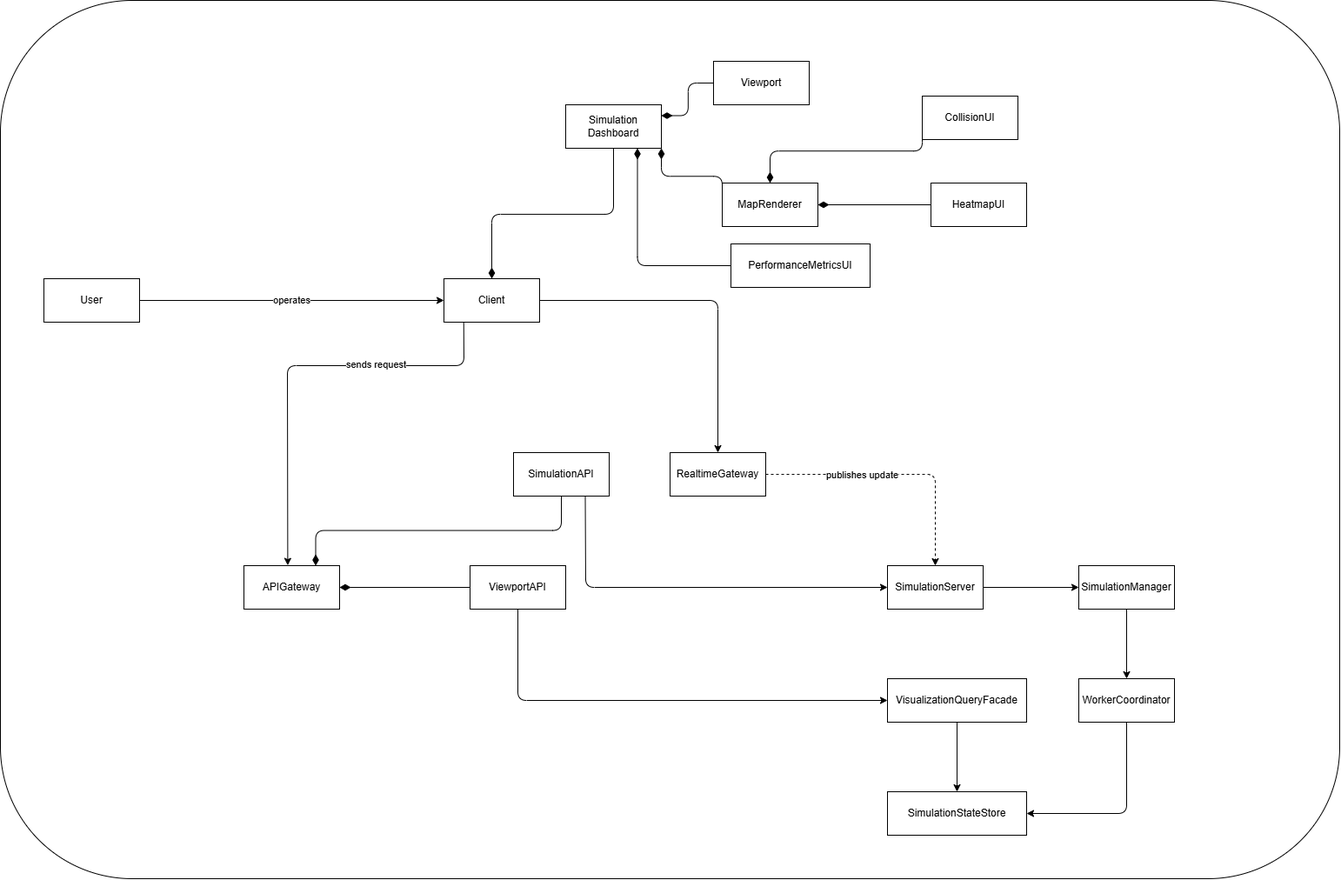
Above: designs/user_client_api_server.drawio.png in jsfmu/drone-swarm-simulator (draw.io), before the change. Source tidied: cells renumbered, new cells last; positions are measured from the earlier drawing's top-left corner, leaving out a move shared by most shapes.
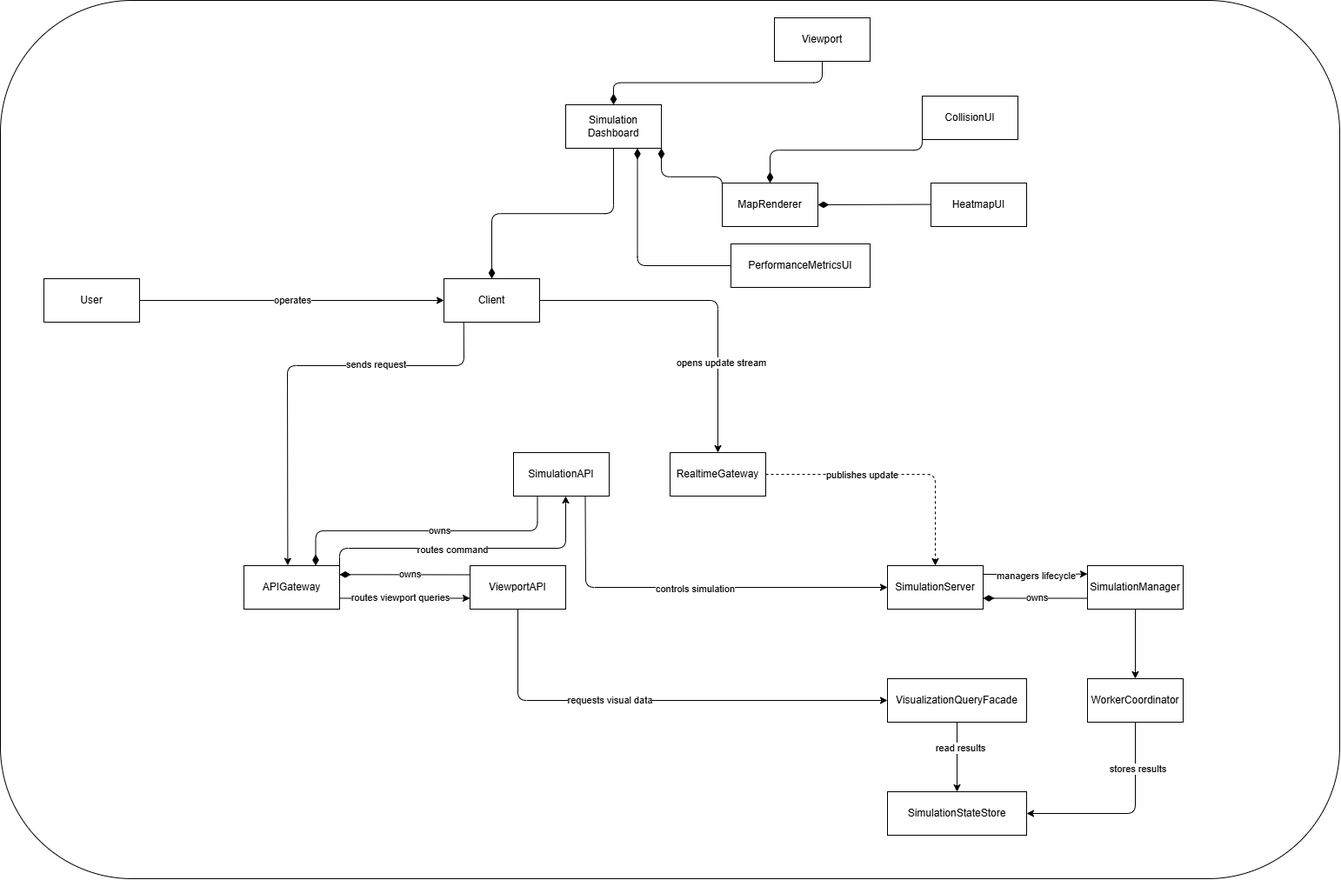
The same diagram one commit later.

Commit message:
Defined relationships

What changed in the source:
```diff
@@ -35,9 +35,32 @@
         </Array>
       </mxGeometry>
     </mxCell>
+    <mxCell id="41" value="opens update stream" style="edgeLabel;html=1;align=center;verticalAlign=middle;" parent="8" vertex="1">
+      <mxGeometry x="0.45" y="3" relative="1" as="geometry" />
+    </mxCell>
     <mxCell id="9" value="Client" style="html=1;whiteSpace=wrap;" parent="1" vertex="1">
       <mxGeometry x="510" y="320" width="110" height="50" as="geometry" />
     </mxCell>
+    <mxCell id="42" style="edgeStyle=none;html=1;exitX=1;exitY=0;exitDx=0;exitDy=0;" parent="1" edge="1" source="10">
+      <mxGeometry relative="1" as="geometry">
+        <mxPoint x="650" y="570" as="targetPoint" />
+        <Array as="points">
+          <mxPoint x="390" y="630" />
+          <mxPoint x="650" y="630" />
+        </Array>
+      </mxGeometry>
+    </mxCell>
+    <mxCell id="43" value="routes command" style="edgeLabel;html=1;align=center;verticalAlign=middle;" parent="42" vertex="1">
+      <mxGeometry x="-0.12" y="-1" relative="1" as="geometry" />
+    </mxCell>
+    <mxCell id="44" style="edgeStyle=none;html=1;exitX=1;exitY=0.75;exitDx=0;exitDy=0;entryX=0;entryY=0.75;entryDx=0;entryDy=0;" parent="1" edge="1" source="10" target="12">
+      <mxGeometry relative="1" as="geometry" />
+    </mxCell>
+    <mxCell id="45" value="routes viewport queries" style="edgeLabel;html=1;align=center;verticalAlign=middle;" parent="44" vertex="1">
+      <mxGeometry x="-0.35" y="1" relative="1" as="geometry">
+        <mxPoint x="21" as="offset" />
+      </mxGeometry>
+    </mxCell>
     <mxCell id="10" value="APIGateway" style="html=1;whiteSpace=wrap;" parent="1" vertex="1">
       <mxGeometry x="280" y="650" width="110" height="50" as="geometry" />
     </mxCell>
@@ -48,12 +71,23 @@
         </Array>
       </mxGeometry>
     </mxCell>
+    <mxCell id="46" value="requests visual data" style="edgeLabel;html=1;align=center;verticalAlign=middle;" parent="11" vertex="1">
+      <mxGeometry x="-0.2" y="1" relative="1" as="geometry" />
+    </mxCell>
     <mxCell id="12" value="ViewportAPI" style="html=1;whiteSpace=wrap;" parent="1" vertex="1">
       <mxGeometry x="540" y="650" width="110" height="50" as="geometry" />
     </mxCell>
-    <mxCell id="13" style="html=1;startArrow=diamondThin;startFill=1;edgeStyle=elbowEdgeStyle;elbow=vertical;startSize=10;endArrow=none;endFill=0;exitX=1;exitY=0.5;exitDx=0;exitDy=0;entryX=0;entryY=0.5;entryDx=0;entryDy=0;" parent="1" edge="1" source="10" target="12">
-      <mxGeometry relative="1" as="geometry" />
+    <mxCell id="13" style="html=1;startArrow=diamondThin;startFill=1;edgeStyle=elbowEdgeStyle;elbow=vertical;startSize=10;endArrow=none;endFill=0;exitX=1;exitY=0.5;exitDx=0;exitDy=0;entryX=0;entryY=0.5;entryDx=0;entryDy=0;" parent="1" edge="1">
+      <mxGeometry relative="1" as="geometry">
+        <mxPoint x="390" y="660.3" as="sourcePoint" />
+        <mxPoint x="540" y="660.3" as="targetPoint" />
+      </mxGeometry>
     </mxCell>
+    <mxCell id="47" value="owns" style="edgeLabel;html=1;align=center;verticalAlign=middle;" parent="13" vertex="1">
+      <mxGeometry x="0.28" y="1" relative="1" as="geometry">
+        <mxPoint x="-16" as="offset" />
+      </mxGeometry>
+    </mxCell>
     <mxCell id="14" style="edgeStyle=none;html=1;exitX=0.75;exitY=1;exitDx=0;exitDy=0;entryX=0;entryY=0.5;entryDx=0;entryDy=0;" parent="1" edge="1" source="15" target="31">
       <mxGeometry relative="1" as="geometry">
         <Array as="points">
@@ -61,12 +95,18 @@
         </Array>
       </mxGeometry>
     </mxCell>
+    <mxCell id="48" value="controls simulation" style="edgeLabel;html=1;align=center;verticalAlign=middle;" parent="14" vertex="1">
+      <mxGeometry x="0.02" y="-1" relative="1" as="geometry" />
+    </mxCell>
     <mxCell id="15" value="SimulationAPI" style="html=1;whiteSpace=wrap;" parent="1" vertex="1">
       <mxGeometry x="590" y="520" width="110" height="50" as="geometry" />
     </mxCell>
-    <mxCell id="16" style="html=1;startArrow=diamondThin;startFill=1;edgeStyle=elbowEdgeStyle;elbow=vertical;startSize=10;endArrow=none;endFill=0;exitX=0.75;exitY=0;exitDx=0;exitDy=0;entryX=0.5;entryY=1;entryDx=0;entryDy=0;" parent="1" edge="1" source="10" target="15">
+    <mxCell id="16" style="html=1;startArrow=diamondThin;startFill=1;edgeStyle=elbowEdgeStyle;elbow=vertical;startSize=10;endArrow=none;endFill=0;exitX=0.75;exitY=0;exitDx=0;exitDy=0;entryX=0.25;entryY=1;entryDx=0;entryDy=0;" parent="1" edge="1" source="10" target="15">
       <mxGeometry relative="1" as="geometry" />
     </mxCell>
+    <mxCell id="49" value="owns" style="edgeLabel;html=1;align=center;verticalAlign=middle;" parent="16" vertex="1">
+      <mxGeometry x="0.09" relative="1" as="geometry" />
+    </mxCell>
     <mxCell id="17" value="Simulation Dashboard" style="html=1;whiteSpace=wrap;" parent="1" vertex="1">
       <mxGeometry x="650" y="120" width="110" height="50" as="geometry" />
     </mxCell>
@@ -74,12 +114,12 @@
       <mxGeometry relative="1" as="geometry" />
     </mxCell>
     <mxCell id="19" value="Viewport" style="html=1;whiteSpace=wrap;" parent="1" vertex="1">
-      <mxGeometry x="820" y="70" width="110" height="50" as="geometry" />
+      <mxGeometry x="890" y="20" width="110" height="50" as="geometry" />
     </mxCell>
     <mxCell id="20" value="MapRenderer" style="html=1;whiteSpace=wrap;" parent="1" vertex="1">
       <mxGeometry x="830" y="210" width="110" height="50" as="geometry" />
     </mxCell>
-    <mxCell id="21" style="html=1;startArrow=diamondThin;startFill=1;edgeStyle=elbowEdgeStyle;elbow=vertical;startSize=10;endArrow=none;endFill=0;exitX=1;exitY=0.25;exitDx=0;exitDy=0;entryX=0;entryY=0.5;entryDx=0;entryDy=0;" parent="1" edge="1" source="17" target="19">
+    <mxCell id="21" style="html=1;startArrow=diamondThin;startFill=1;edgeStyle=elbowEdgeStyle;elbow=vertical;startSize=10;endArrow=none;endFill=0;exitX=0.5;exitY=0;exitDx=0;exitDy=0;entryX=0.5;entryY=1;entryDx=0;entryDy=0;" parent="1" edge="1" source="17" target="19">
       <mxGeometry relative="1" as="geometry" />
     </mxCell>
     <mxCell id="22" style="html=1;startArrow=diamondThin;startFill=1;edgeStyle=elbowEdgeStyle;elbow=vertical;startSize=10;endArrow=none;endFill=0;entryX=0;entryY=0.5;entryDx=0;entryDy=0;exitX=1;exitY=1;exitDx=0;exitDy=0;" parent="1" edge="1" source="17" target="20">
@@ -110,9 +150,14 @@
     <mxCell id="29" value="RealtimeGateway" style="html=1;whiteSpace=wrap;" parent="1" vertex="1">
       <mxGeometry x="770" y="520" width="110" height="50" as="geometry" />
     </mxCell>
-    <mxCell id="30" style="edgeStyle=none;html=1;exitX=1;exitY=0.5;exitDx=0;exitDy=0;entryX=0;entryY=0.5;entryDx=0;entryDy=0;" parent="1" edge="1" source="31" target="35">
-      <mxGeometry relative="1" as="geometry" />
+    <mxCell id="30" style="edgeStyle=none;html=1;exitX=1;exitY=0.5;exitDx=0;exitDy=0;entryX=0;entryY=0.193;entryDx=0;entryDy=0;entryPerimeter=0;" parent="1" edge="1" target="35">
+      <mxGeometry relative="1" as="geometry">
+        <mxPoint x="1130" y="660" as="sourcePoint" />
+      </mxGeometry>
     </mxCell>
+    <mxCell id="50" value="managers lifecycle" style="edgeLabel;html=1;align=center;verticalAlign=middle;" parent="30" vertex="1">
+      <mxGeometry y="-2" relative="1" as="geometry" />
+    </mxCell>
     <mxCell id="31" value="SimulationServer" style="html=1;whiteSpace=wrap;" parent="1" vertex="1">
       <mxGeometry x="1020" y="650" width="110" height="50" as="geometry" />
     </mxCell>
@@ -132,26 +177,40 @@
       <mxGeometry relative="1" as="geometry" />
     </mxCell>
     <mxCell id="35" value="SimulationManager" style="html=1;whiteSpace=wrap;" parent="1" vertex="1">
-      <mxGeometry x="1240" y="650" width="110" height="50" as="geometry" />
+      <mxGeometry x="1250" y="650" width="110" height="50" as="geometry" />
     </mxCell>
     <mxCell id="36" style="edgeStyle=none;html=1;exitX=0.5;exitY=1;exitDx=0;exitDy=0;entryX=1;entryY=0.5;entryDx=0;entryDy=0;" parent="1" edge="1" source="37" target="40">
       <mxGeometry relative="1" as="geometry">
         <Array as="points">
-          <mxPoint x="1295" y="935" />
+          <mxPoint x="1305" y="935" />
         </Array>
       </mxGeometry>
     </mxCell>
+    <mxCell id="51" value="stores results" style="edgeLabel;html=1;align=center;verticalAlign=middle;" parent="36" vertex="1">
+      <mxGeometry x="-0.54" y="2" relative="1" as="geometry" />
+    </mxCell>
     <mxCell id="37" value="WorkerCoordinator" style="html=1;whiteSpace=wrap;" parent="1" vertex="1">
-      <mxGeometry x="1240" y="780" width="110" height="50" as="geometry" />
+      <mxGeometry x="1250" y="780" width="110" height="50" as="geometry" />
     </mxCell>
     <mxCell id="38" style="edgeStyle=none;html=1;exitX=0.5;exitY=1;exitDx=0;exitDy=0;entryX=0.5;entryY=0;entryDx=0;entryDy=0;" parent="1" edge="1" source="39" target="40">
       <mxGeometry relative="1" as="geometry" />
     </mxCell>
+    <mxCell id="52" value="read results" style="edgeLabel;html=1;align=center;verticalAlign=middle;" parent="38" vertex="1">
+      <mxGeometry x="-0.28" y="3" relative="1" as="geometry" />
+    </mxCell>
     <mxCell id="39" value="VisualizationQueryFacade" style="html=1;whiteSpace=wrap;" parent="1" vertex="1">
       <mxGeometry x="1020" y="780" width="160" height="50" as="geometry" />
     </mxCell>
     <mxCell id="40" value="SimulationStateStore" style="html=1;whiteSpace=wrap;" parent="1" vertex="1">
       <mxGeometry x="1020" y="910" width="160" height="50" as="geometry" />
     </mxCell>
+    <mxCell id="53" style="html=1;startArrow=diamondThin;startFill=1;edgeStyle=elbowEdgeStyle;elbow=vertical;startSize=10;endArrow=none;endFill=0;exitX=1;exitY=0.75;exitDx=0;exitDy=0;entryX=0;entryY=0.75;entryDx=0;entryDy=0;" parent="1" edge="1" source="31" target="35">
+      <mxGeometry relative="1" as="geometry" />
+    </mxCell>
+    <mxCell id="54" value="owns" style="edgeLabel;html=1;align=center;verticalAlign=middle;" parent="53" vertex="1">
+      <mxGeometry x="0.28" y="1" relative="1" as="geometry">
+        <mxPoint x="-16" as="offset" />
+      </mxGeometry>
+    </mxCell>
   </root>
 </mxGraphModel>
```
